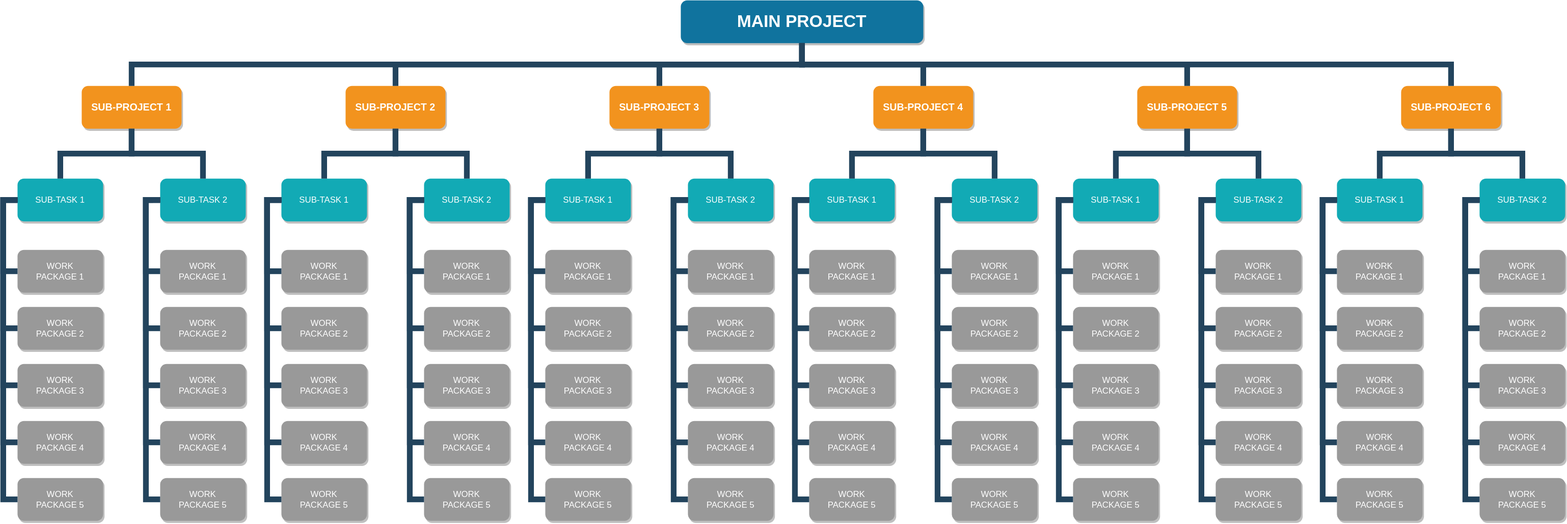
WinChua/blog keeps this draw.io diagram as Untitled Diagram.svg. Above is the earlier version. Source tidied: cells renumbered, new cells last; positions are measured from the earlier drawing's top-left corner, leaving out a move shared by most shapes.
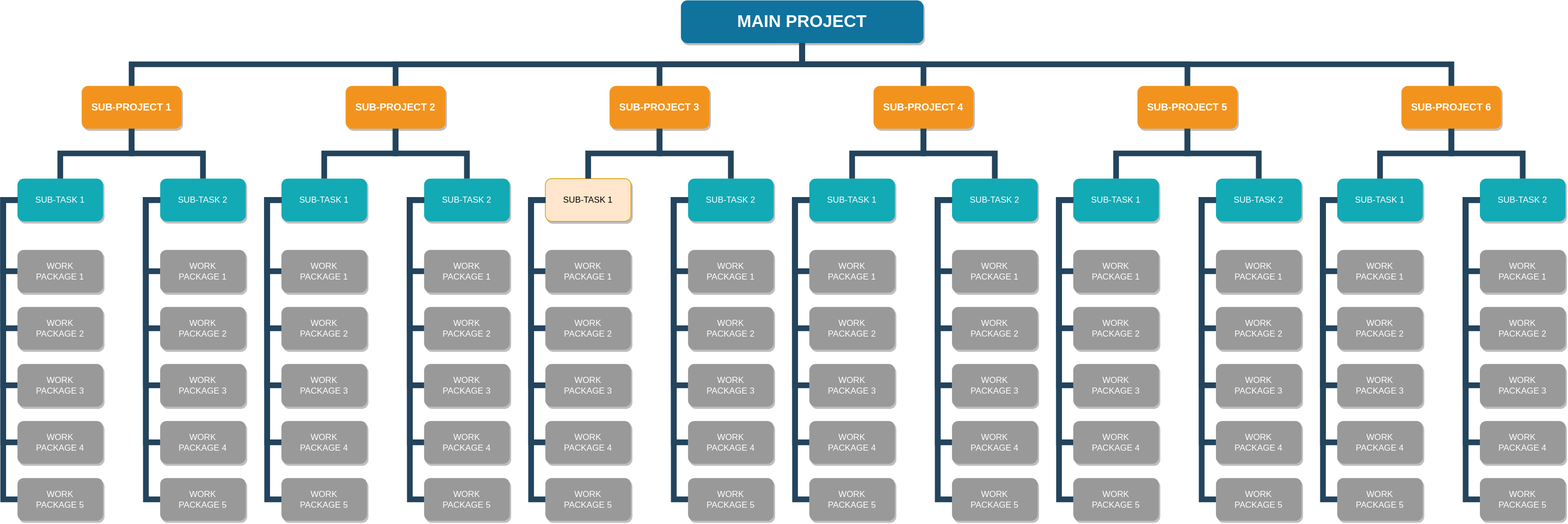
Above is the later version.

The edit, as a diff of the source:
```diff
@@ -248,7 +248,7 @@
         </Array>
       </mxGeometry>
     </mxCell>
-    <mxCell id="57" value="SUB-TASK 1" style="whiteSpace=wrap;rounded=1;fillColor=#12AAB5;strokeColor=none;shadow=1;fontColor=#FFFFFF;" parent="1" vertex="1">
+    <mxCell id="57" value="SUB-TASK 1" style="whiteSpace=wrap;rounded=1;shadow=1;fillColor=#ffe6cc;strokeColor=#d79b00;" parent="1" vertex="1">
       <mxGeometry x="760" y="250" width="120" height="60" as="geometry" />
     </mxCell>
     <mxCell id="58" value="SUB-TASK 2" style="whiteSpace=wrap;rounded=1;fillColor=#12AAB5;strokeColor=none;shadow=1;fontColor=#FFFFFF;" parent="1" vertex="1">
```
